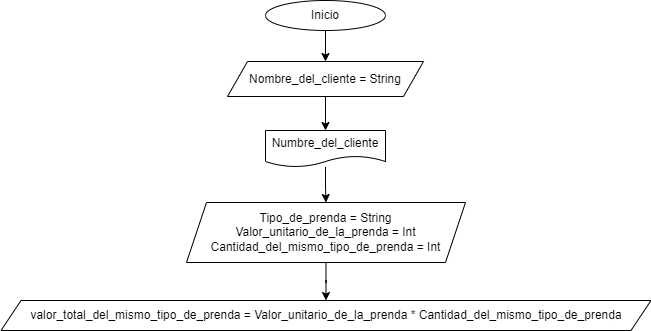
Above: Pagar en una tienda.png in dasamepu/Flujo-de-funciones-para-encapsular-algoritmos (draw.io), before the change. Source tidied: cells renumbered, new cells last; positions are measured from the earlier drawing's top-left corner, leaving out a move shared by most shapes.
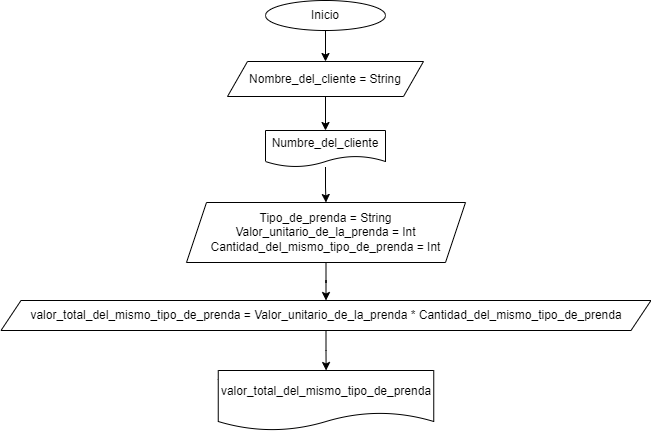
After the change.

Diff of the diagram source:
```diff
@@ -26,8 +26,14 @@
     <mxCell id="9" value="Tipo_de_prenda = String&lt;br&gt;Valor_unitario_de_la_prenda = Int&lt;br&gt;Cantidad_del_mismo_tipo_de_prenda = Int" style="shape=parallelogram;perimeter=parallelogramPerimeter;whiteSpace=wrap;html=1;fixedSize=1;" parent="1" vertex="1">
       <mxGeometry x="185" y="202" width="279" height="60" as="geometry" />
     </mxCell>
+    <mxCell id="11" style="edgeStyle=orthogonalEdgeStyle;rounded=0;jettySize=auto;html=1;" parent="1" edge="1" source="10" target="12">
+      <mxGeometry relative="1" as="geometry" />
+    </mxCell>
     <mxCell id="10" value="valor_total_del_mismo_tipo_de_prenda = Valor_unitario_de_la_prenda * Cantidad_del_mismo_tipo_de_prenda" style="shape=parallelogram;perimeter=parallelogramPerimeter;whiteSpace=wrap;html=1;fixedSize=1;" parent="1" vertex="1">
       <mxGeometry x="-0.5" y="300" width="650" height="30" as="geometry" />
     </mxCell>
+    <mxCell id="12" value="valor_total_del_mismo_tipo_de_prenda" style="shape=document;whiteSpace=wrap;html=1;boundedLbl=1;" parent="1" vertex="1">
+      <mxGeometry x="216.8" y="370" width="215.5" height="60" as="geometry" />
+    </mxCell>
   </root>
 </mxGraphModel>
```
